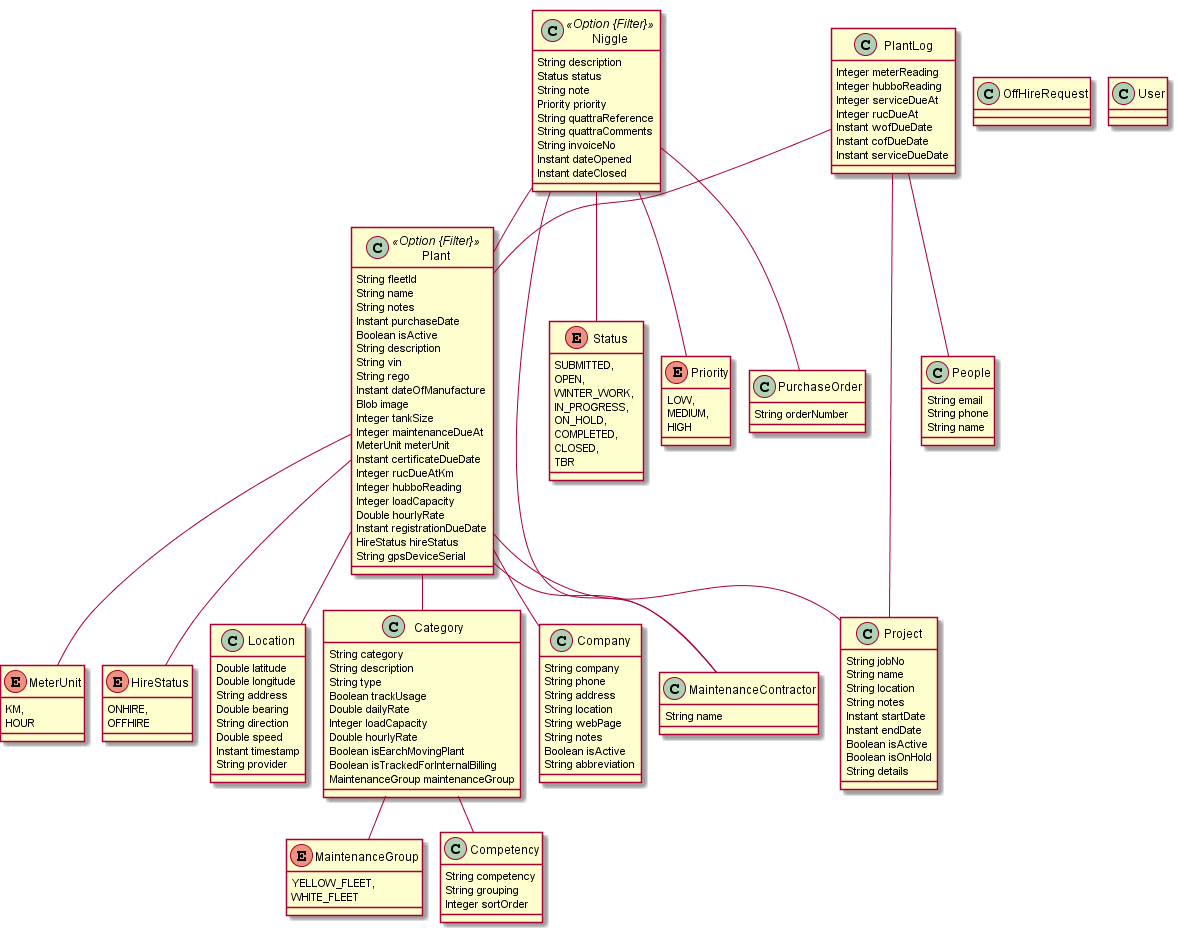
Above: jhipster-jdl.png in LIUTaichen/newShirley (PlantUML), before the change.
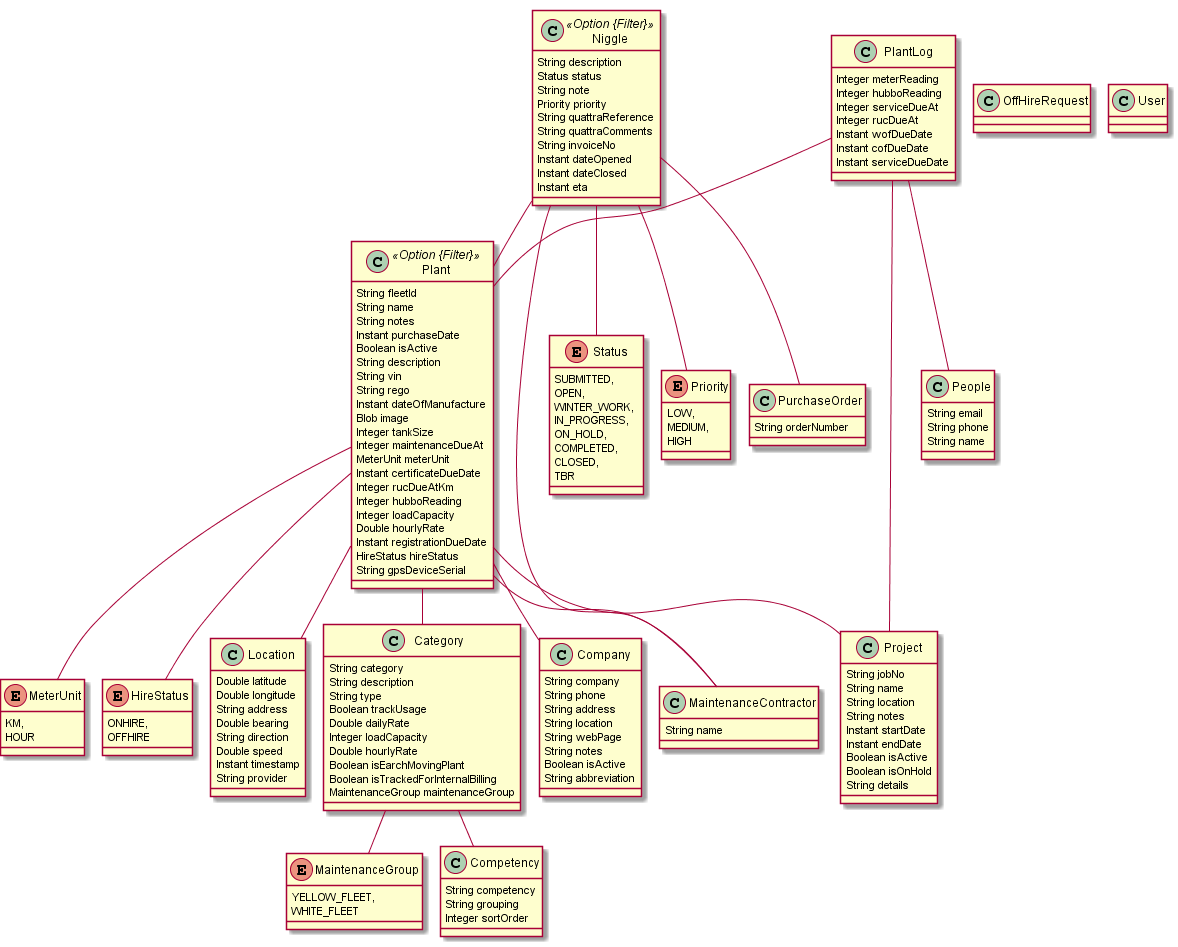
The same file after the commit.

Commit message:
add field eta

The edit, as a diff of the source:
```diff
@@ -103,6 +103,7 @@
 		String invoiceNo
 		Instant dateOpened
 		Instant dateClosed
+		Instant eta
 	}
 	Niggle ..> Status
 	Niggle ..> Priority
```
